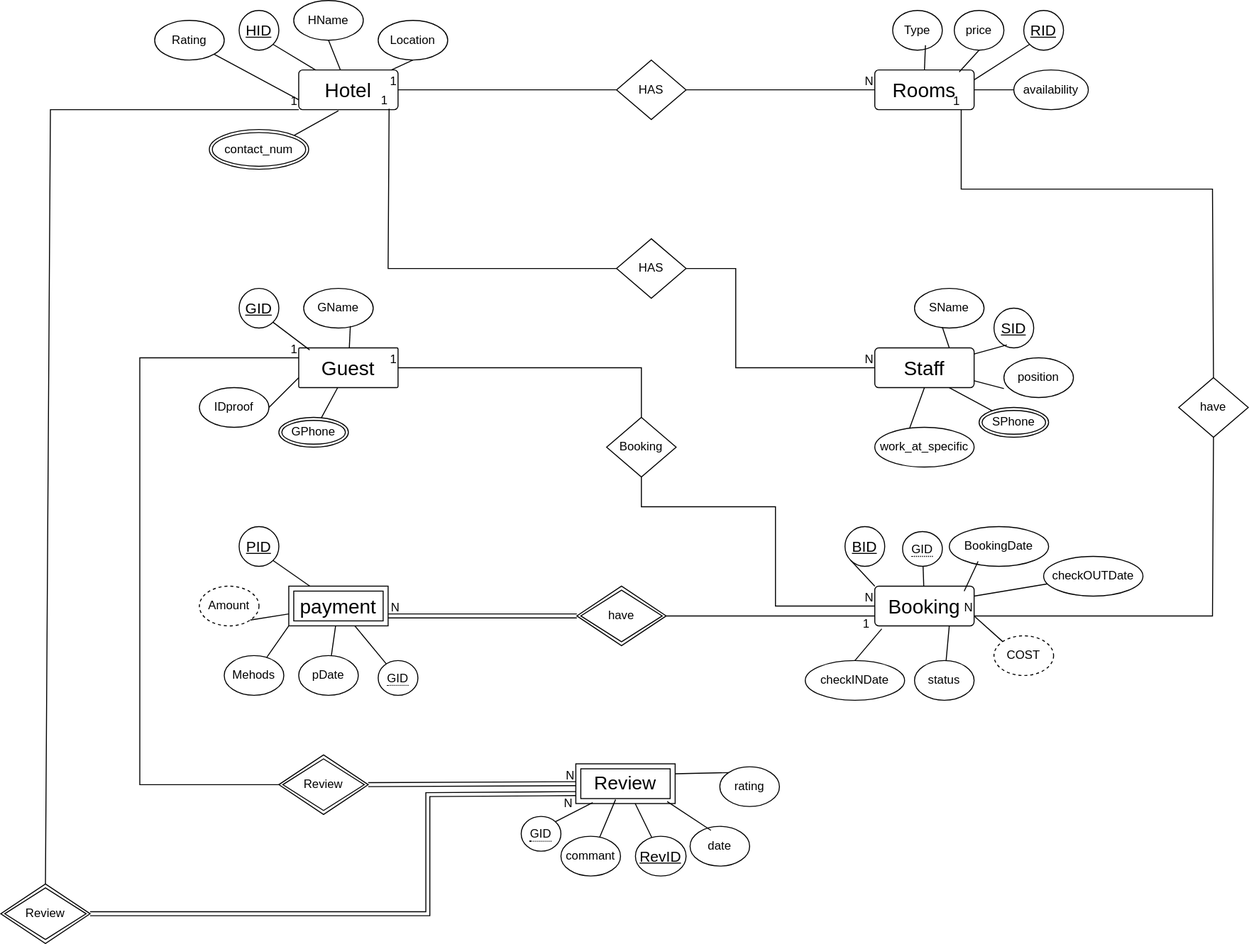
This is Database Project/Database Project.svg from TasnimBrashdi/DataBase, a draw.io export, as it was before one commit. Source tidied: cells renumbered, new cells last; positions are measured from the earlier drawing's top-left corner, leaving out a move shared by most shapes.
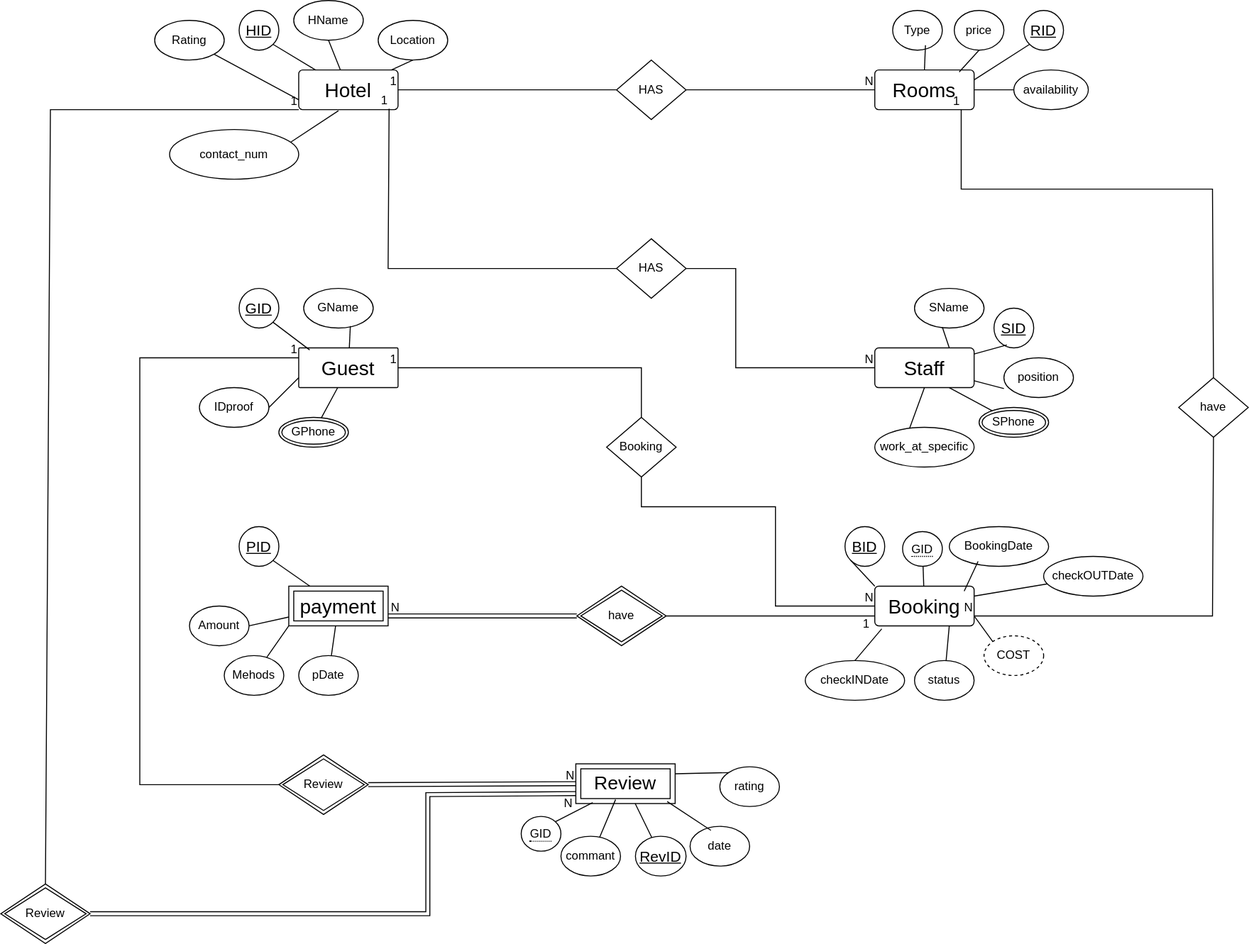
The same file after the commit.

What changed in the source:
```diff
@@ -65,9 +65,6 @@
     <mxCell id="22" value="Rating" style="ellipse;whiteSpace=wrap;html=1;align=center;" parent="1" vertex="1">
       <mxGeometry x="155" y="20" width="70" height="40" as="geometry" />
     </mxCell>
-    <mxCell id="23" value="contact_num" style="ellipse;shape=doubleEllipse;margin=3;whiteSpace=wrap;html=1;align=center;" parent="1" vertex="1">
-      <mxGeometry x="210" y="130" width="100" height="40" as="geometry" />
-    </mxCell>
     <mxCell id="24" value="Type" style="ellipse;whiteSpace=wrap;html=1;align=center;" parent="1" vertex="1">
       <mxGeometry x="898" y="10" width="50" height="40" as="geometry" />
     </mxCell>
@@ -105,11 +102,8 @@
       <mxGeometry x="920" y="665" width="60" height="40" as="geometry" />
     </mxCell>
     <mxCell id="36" value="COST" style="ellipse;whiteSpace=wrap;html=1;align=center;dashed=1;" parent="1" vertex="1">
-      <mxGeometry x="1000" y="640" width="60" height="40" as="geometry" />
+      <mxGeometry x="990" y="640" width="60" height="40" as="geometry" />
     </mxCell>
-    <mxCell id="37" value="Amount" style="ellipse;whiteSpace=wrap;html=1;align=center;dashed=1;" parent="1" vertex="1">
-      <mxGeometry x="200" y="590" width="60" height="40" as="geometry" />
-    </mxCell>
     <mxCell id="38" value="Mehods" style="ellipse;whiteSpace=wrap;html=1;align=center;" parent="1" vertex="1">
       <mxGeometry x="225" y="660" width="60" height="40" as="geometry" />
     </mxCell>
@@ -119,16 +113,13 @@
     <mxCell id="40" value="date" style="ellipse;whiteSpace=wrap;html=1;align=center;" parent="1" vertex="1">
       <mxGeometry x="694" y="832" width="60" height="40" as="geometry" />
     </mxCell>
-    <mxCell id="41" value="&lt;span style=&quot;border-bottom: 1px dotted&quot;&gt;GID&lt;/span&gt;" style="ellipse;whiteSpace=wrap;html=1;align=center;" parent="1" vertex="1">
-      <mxGeometry x="380" y="665" width="40" height="35" as="geometry" />
-    </mxCell>
     <mxCell id="42" value="rating" style="ellipse;whiteSpace=wrap;html=1;align=center;" parent="1" vertex="1">
       <mxGeometry x="724" y="772" width="60" height="40" as="geometry" />
     </mxCell>
     <mxCell id="43" value="commant" style="ellipse;whiteSpace=wrap;html=1;align=center;" parent="1" vertex="1">
       <mxGeometry x="564" y="842" width="60" height="40" as="geometry" />
     </mxCell>
-    <mxCell id="44" style="endArrow=none;html=1;rounded=0;entryX=0.4;entryY=1.025;entryDx=0;entryDy=0;entryPerimeter=0;exitX=1;exitY=0;exitDx=0;exitDy=0;" parent="1" edge="1" source="23" target="2">
+    <mxCell id="44" style="endArrow=none;html=1;rounded=0;entryX=0.4;entryY=1.025;entryDx=0;entryDy=0;entryPerimeter=0;exitX=0.923;exitY=0.28;exitDx=0;exitDy=0;exitPerimeter=0;" parent="1" edge="1" source="23" target="2">
       <mxGeometry relative="1" as="geometry" />
     </mxCell>
     <mxCell id="45" style="endArrow=none;html=1;rounded=0;exitX=0.5;exitY=1;exitDx=0;exitDy=0;" parent="1" edge="1" source="21" target="2">
@@ -188,13 +179,10 @@
     <mxCell id="63" style="endArrow=none;html=1;rounded=0;" parent="1" edge="1" source="13" target="39">
       <mxGeometry relative="1" as="geometry" />
     </mxCell>
-    <mxCell id="64" style="endArrow=none;html=1;rounded=0;" parent="1" edge="1" source="13" target="41">
-      <mxGeometry relative="1" as="geometry" />
-    </mxCell>
     <mxCell id="65" style="endArrow=none;html=1;rounded=0;exitX=1;exitY=1;exitDx=0;exitDy=0;" parent="1" edge="1" source="12" target="13">
       <mxGeometry relative="1" as="geometry" />
     </mxCell>
-    <mxCell id="66" style="endArrow=none;html=1;rounded=0;exitX=1;exitY=1;exitDx=0;exitDy=0;" parent="1" edge="1" source="37" target="13">
+    <mxCell id="66" style="endArrow=none;html=1;rounded=0;exitX=1;exitY=0.5;exitDx=0;exitDy=0;" parent="1" edge="1" source="37" target="13">
       <mxGeometry relative="1" as="geometry" />
     </mxCell>
     <mxCell id="67" style="endArrow=none;html=1;rounded=0;entryX=0.5;entryY=0;entryDx=0;entryDy=0;exitX=0.07;exitY=1.075;exitDx=0;exitDy=0;exitPerimeter=0;" parent="1" edge="1" source="6" target="33">
@@ -391,5 +379,11 @@
     <mxCell id="113" value="1" style="html=1;whiteSpace=wrap;align=right;verticalAlign=bottom;" parent="112" vertex="1">
       <mxGeometry x="1" relative="1" as="geometry" />
     </mxCell>
+    <mxCell id="37" value="Amount" style="ellipse;whiteSpace=wrap;html=1;align=center;" parent="1" vertex="1">
+      <mxGeometry x="190" y="610" width="60" height="40" as="geometry" />
+    </mxCell>
+    <mxCell id="23" value="contact_num" style="ellipse;whiteSpace=wrap;html=1;align=center;" parent="1" vertex="1">
+      <mxGeometry x="170" y="130" width="130" height="50" as="geometry" />
+    </mxCell>
   </root>
 </mxGraphModel>
```
